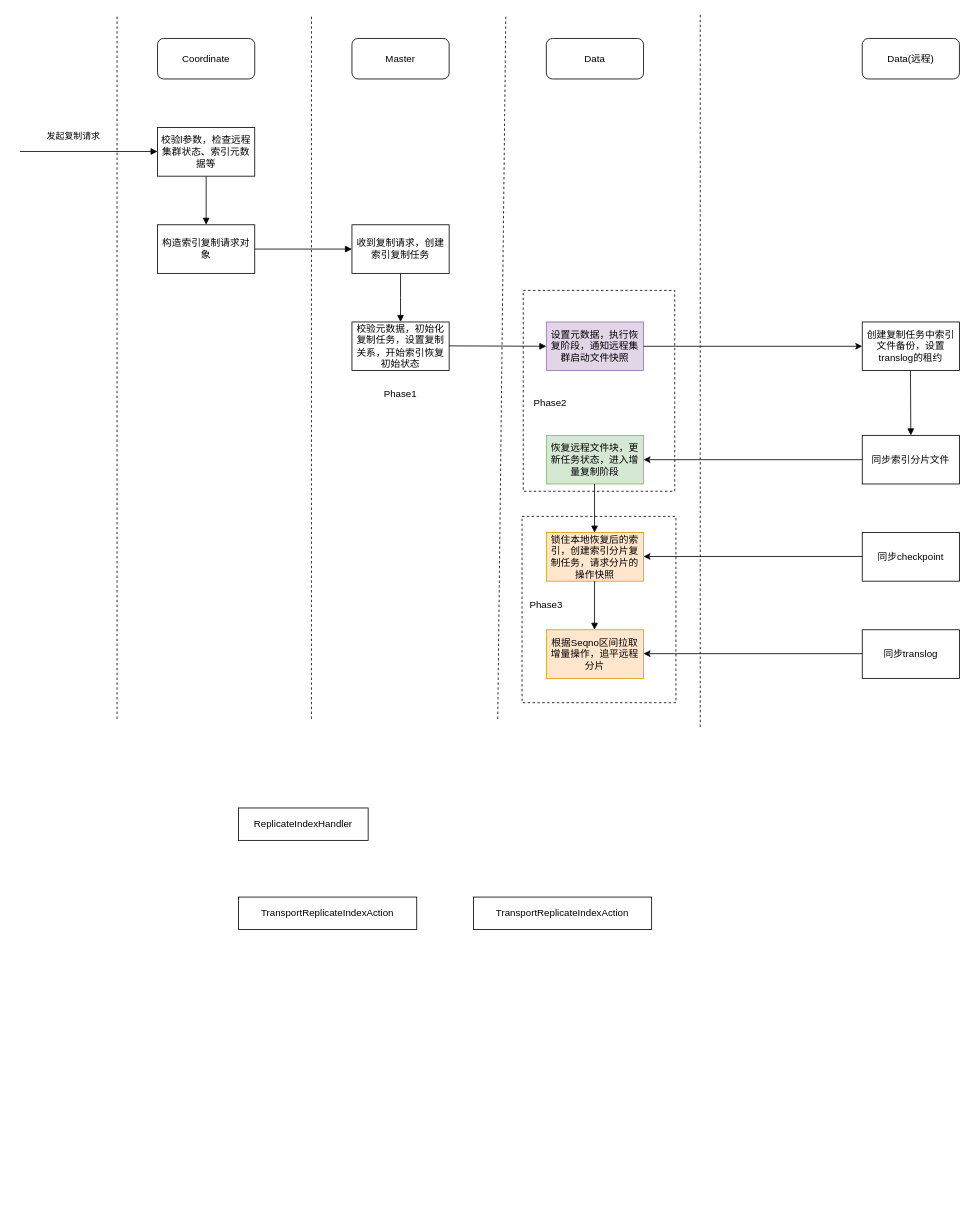
kingskipper/design keeps this draw.io diagram as elasticsearch/replication/es_occr.drawio. Above is the earlier version. Source tidied: cells renumbered, new cells numbered last; positions are measured from the earlier drawing's top-left corner, leaving out a move shared by most shapes. Both pictures are drawn from the tidied source at 81%, with x=0, y=0 at pixel (19, 14).
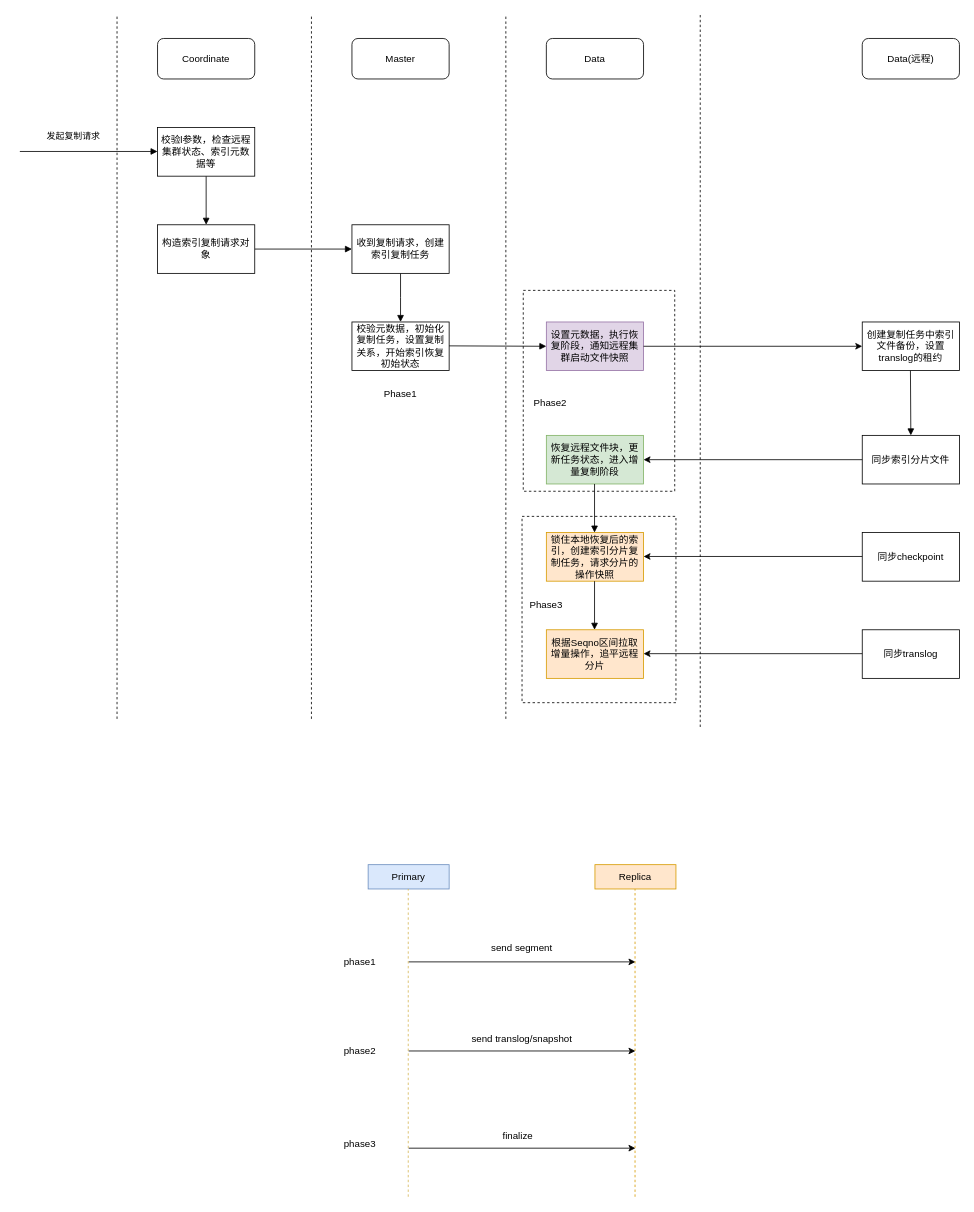
Above is the later version.

Change to the diagram source:
```diff
@@
     <mxCell id="6" style="endArrow=none;html=1;rounded=0;dashed=1;" parent="1" edge="1">
       <mxGeometry relative="1" as="geometry">
-        <mxPoint x="590" y="870" as="sourcePoint" />
+        <mxPoint x="600" y="870" as="sourcePoint" />
         <mxPoint x="600" as="targetPoint" />
       </mxGeometry>
     </mxCell>
@@
-    <mxCell id="40" value="ReplicateIndexHandler" style="rounded=0;whiteSpace=wrap;html=1;" parent="1" vertex="1">
-      <mxGeometry x="270" y="980" width="160" height="40" as="geometry" />
-    </mxCell>
-    <mxCell id="41" value="TransportReplicateIndexAction" style="rounded=0;whiteSpace=wrap;html=1;" parent="1" vertex="1">
-      <mxGeometry x="270" y="1090" width="220" height="40" as="geometry" />
-    </mxCell>
-    <mxCell id="42" value="TransportReplicateIndexAction" style="rounded=0;whiteSpace=wrap;html=1;" parent="1" vertex="1">
-      <mxGeometry x="560" y="1090" width="220" height="40" as="geometry" />
-    </mxCell>
+    <mxCell id="43" style="endArrow=classic;html=1;rounded=0;" parent="1" edge="1">
+      <mxGeometry relative="1" as="geometry">
+        <mxPoint x="480" y="1280" as="sourcePoint" />
+        <mxPoint x="760" y="1280" as="targetPoint" />
+      </mxGeometry>
+    </mxCell>
+    <mxCell id="44" style="endArrow=classic;html=1;rounded=0;" parent="1" edge="1">
+      <mxGeometry relative="1" as="geometry">
+        <mxPoint x="480" y="1400" as="sourcePoint" />
+        <mxPoint x="760" y="1400" as="targetPoint" />
+      </mxGeometry>
+    </mxCell>
+    <mxCell id="45" value="phase1" style="text;html=1;strokeColor=none;fillColor=none;align=center;verticalAlign=middle;whiteSpace=wrap;rounded=0;" parent="1" vertex="1">
+      <mxGeometry x="390" y="1155" width="60" height="30" as="geometry" />
+    </mxCell>
+    <mxCell id="46" value="phase2" style="text;html=1;strokeColor=none;fillColor=none;align=center;verticalAlign=middle;whiteSpace=wrap;rounded=0;" parent="1" vertex="1">
+      <mxGeometry x="390" y="1265" width="60" height="30" as="geometry" />
+    </mxCell>
+    <mxCell id="47" value="phase3" style="text;html=1;strokeColor=none;fillColor=none;align=center;verticalAlign=middle;whiteSpace=wrap;rounded=0;" parent="1" vertex="1">
+      <mxGeometry x="390" y="1380" width="60" height="30" as="geometry" />
+    </mxCell>
+    <mxCell id="48" style="endArrow=classic;html=1;rounded=0;" parent="1" edge="1">
+      <mxGeometry relative="1" as="geometry">
+        <mxPoint x="480" y="1170" as="sourcePoint" />
+        <mxPoint x="760" y="1170" as="targetPoint" />
+      </mxGeometry>
+    </mxCell>
+    <mxCell id="49" value="Primary" style="rounded=0;whiteSpace=wrap;html=1;fillColor=#dae8fc;strokeColor=#6c8ebf;" parent="1" vertex="1">
+      <mxGeometry x="430" y="1050" width="100" height="30" as="geometry" />
+    </mxCell>
+    <mxCell id="50" style="endArrow=none;html=1;rounded=0;dashed=1;fillColor=#fff2cc;strokeColor=#d6b656;" parent="1" edge="1">
+      <mxGeometry relative="1" as="geometry">
+        <mxPoint x="479.5" y="1460" as="sourcePoint" />
+        <mxPoint x="479.5" y="1080" as="targetPoint" />
+      </mxGeometry>
+    </mxCell>
+    <mxCell id="51" value="Replica" style="rounded=0;whiteSpace=wrap;html=1;fillColor=#ffe6cc;strokeColor=#d79b00;" parent="1" vertex="1">
+      <mxGeometry x="710" y="1050" width="100" height="30" as="geometry" />
+    </mxCell>
+    <mxCell id="52" style="endArrow=none;html=1;rounded=0;dashed=1;fillColor=#ffe6cc;strokeColor=#d79b00;" parent="1" edge="1">
+      <mxGeometry relative="1" as="geometry">
+        <mxPoint x="759.5" y="1460" as="sourcePoint" />
+        <mxPoint x="759.5" y="1080" as="targetPoint" />
+      </mxGeometry>
+    </mxCell>
+    <mxCell id="53" value="send segment" style="text;html=1;strokeColor=none;fillColor=none;align=center;verticalAlign=middle;whiteSpace=wrap;rounded=0;" parent="1" vertex="1">
+      <mxGeometry x="575" y="1140" width="90" height="25" as="geometry" />
+    </mxCell>
+    <mxCell id="54" value="send translog/snapshot" style="text;html=1;strokeColor=none;fillColor=none;align=center;verticalAlign=middle;whiteSpace=wrap;rounded=0;" parent="1" vertex="1">
+      <mxGeometry x="555" y="1250" width="130" height="30" as="geometry" />
+    </mxCell>
+    <mxCell id="55" value="finalize" style="text;html=1;strokeColor=none;fillColor=none;align=center;verticalAlign=middle;whiteSpace=wrap;rounded=0;" parent="1" vertex="1">
+      <mxGeometry x="550" y="1370" width="130" height="30" as="geometry" />
+    </mxCell>
```
